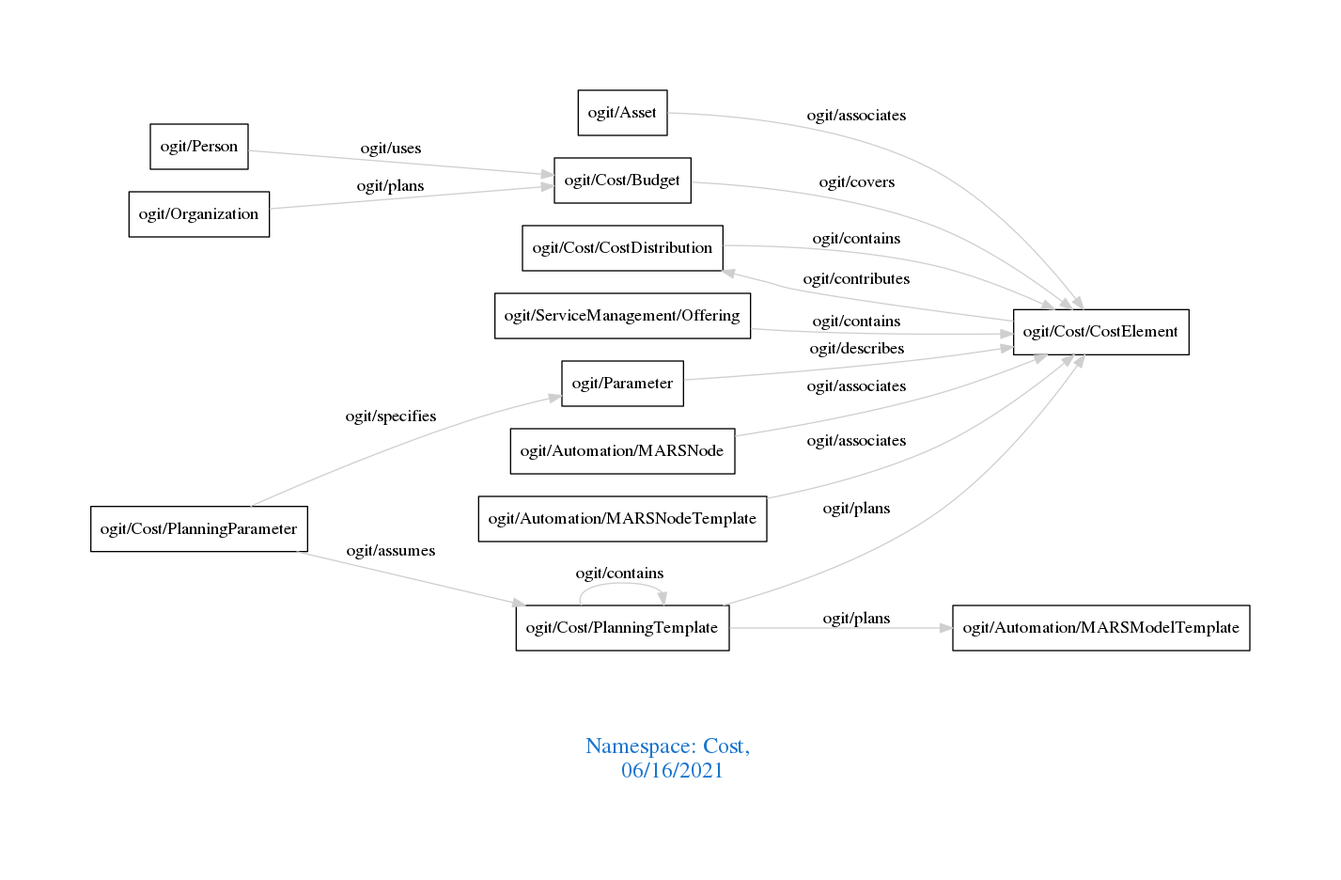
The Graphviz diagram downloads/Cost.png in arago/OGIT, before a commit. Its source is kept beside it as downloads/Cost.dot.
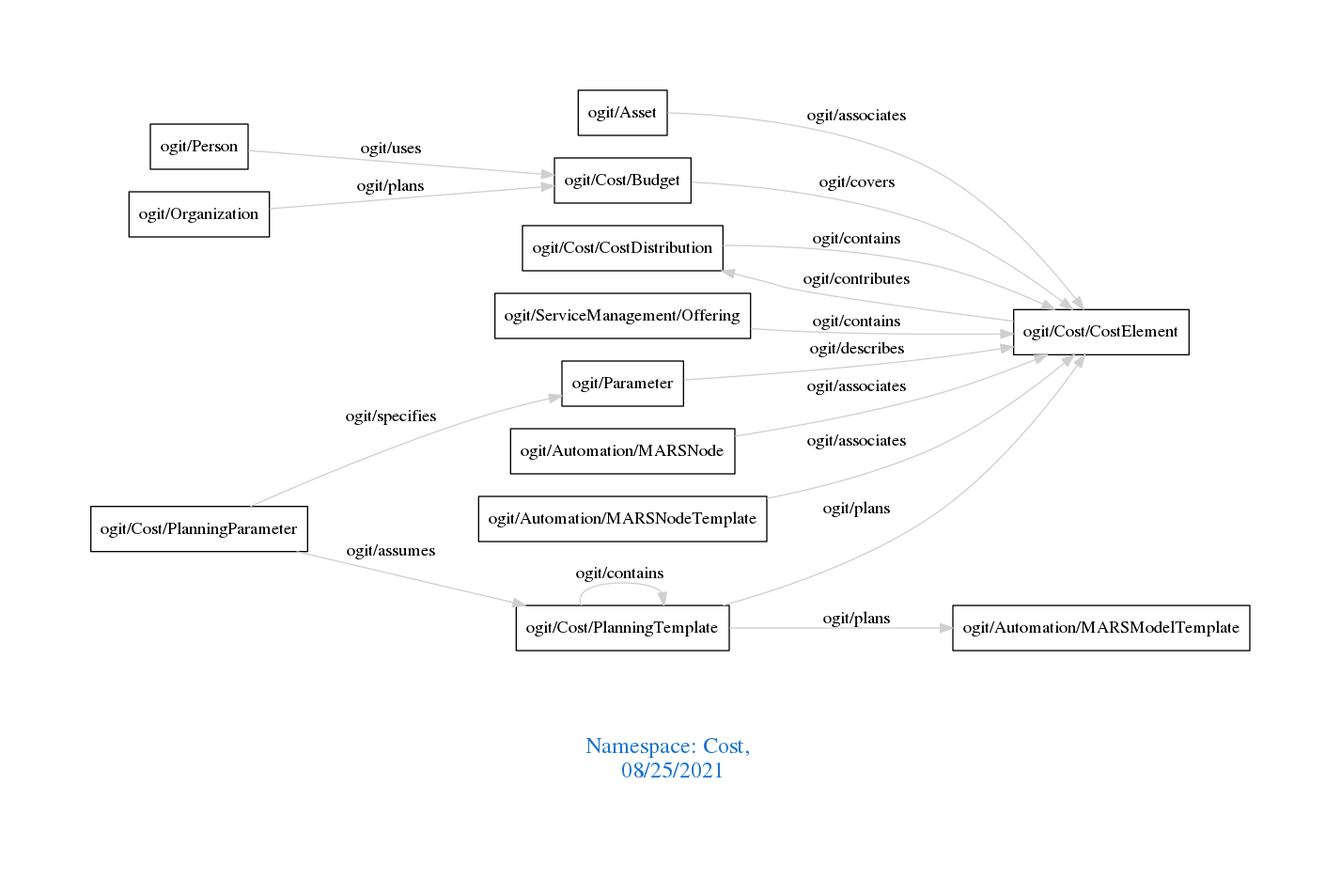
After the change.

What changed in the source:
```diff
@@ -1,7 +1,7 @@
 digraph OGIT_ontology {
  graph [ rankdir= LR,pad=1
 fontsize = 18,
-fontcolor= dodgerblue3,label = "\n\n\nNamespace: Cost, \n 06/16/2021"];
+fontcolor= dodgerblue3,label = "\n\n\nNamespace: Cost, \n 08/25/2021"];
 node[shape=polygon];
 edge [  color="gray81"];
 
```
